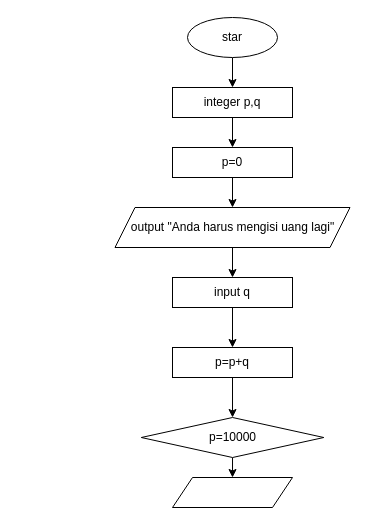
Earlier version of the draw.io diagram flowchart.drawio (maulliidda/Maulida-Yosi-Hamidah-Vending-Machine-MYH). Source tidied: cells renumbered, new cells numbered last; positions are measured from the earlier drawing's top-left corner, leaving out a move shared by most shapes. Both pictures are drawn from the tidied source at 100%, with x=0, y=0 at pixel (115, 17).
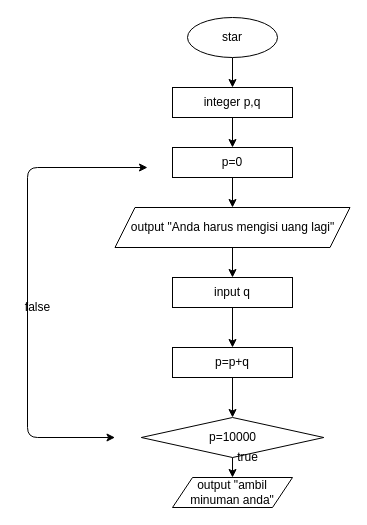
After the change.

Commit message:
input false so comeback in p=0

What changed in the source:
```diff
@@
-    <mxCell id="16" style="shape=parallelogram;perimeter=parallelogramPerimeter;whiteSpace=wrap;html=1;fixedSize=1;" parent="1" vertex="1">
+    <mxCell id="16" value="output &quot;ambil minuman anda&quot;" style="shape=parallelogram;perimeter=parallelogramPerimeter;whiteSpace=wrap;html=1;fixedSize=1;" parent="1" vertex="1">
       <mxGeometry x="57" y="460" width="120" height="30" as="geometry" />
     </mxCell>
+    <mxCell id="17" style="endArrow=classic;startArrow=classic;html=1;" parent="1" edge="1">
+      <mxGeometry relative="1" as="geometry">
+        <mxPoint x="32" y="150" as="sourcePoint" />
+        <mxPoint x="-0.5" y="420" as="targetPoint" />
+        <Array as="points">
+          <mxPoint x="-88" y="150" />
+          <mxPoint x="-88" y="420" />
+        </Array>
+      </mxGeometry>
+    </mxCell>
+    <mxCell id="18" value="true" style="text;html=1;align=center;verticalAlign=middle;strokeColor=none;fillColor=none;" parent="1" vertex="1">
+      <mxGeometry x="112" y="430" width="40" height="20" as="geometry" />
+    </mxCell>
+    <mxCell id="19" value="false" style="text;html=1;align=center;verticalAlign=middle;strokeColor=none;fillColor=none;" parent="1" vertex="1">
+      <mxGeometry x="-98" y="280" width="40" height="20" as="geometry" />
+    </mxCell>
```
